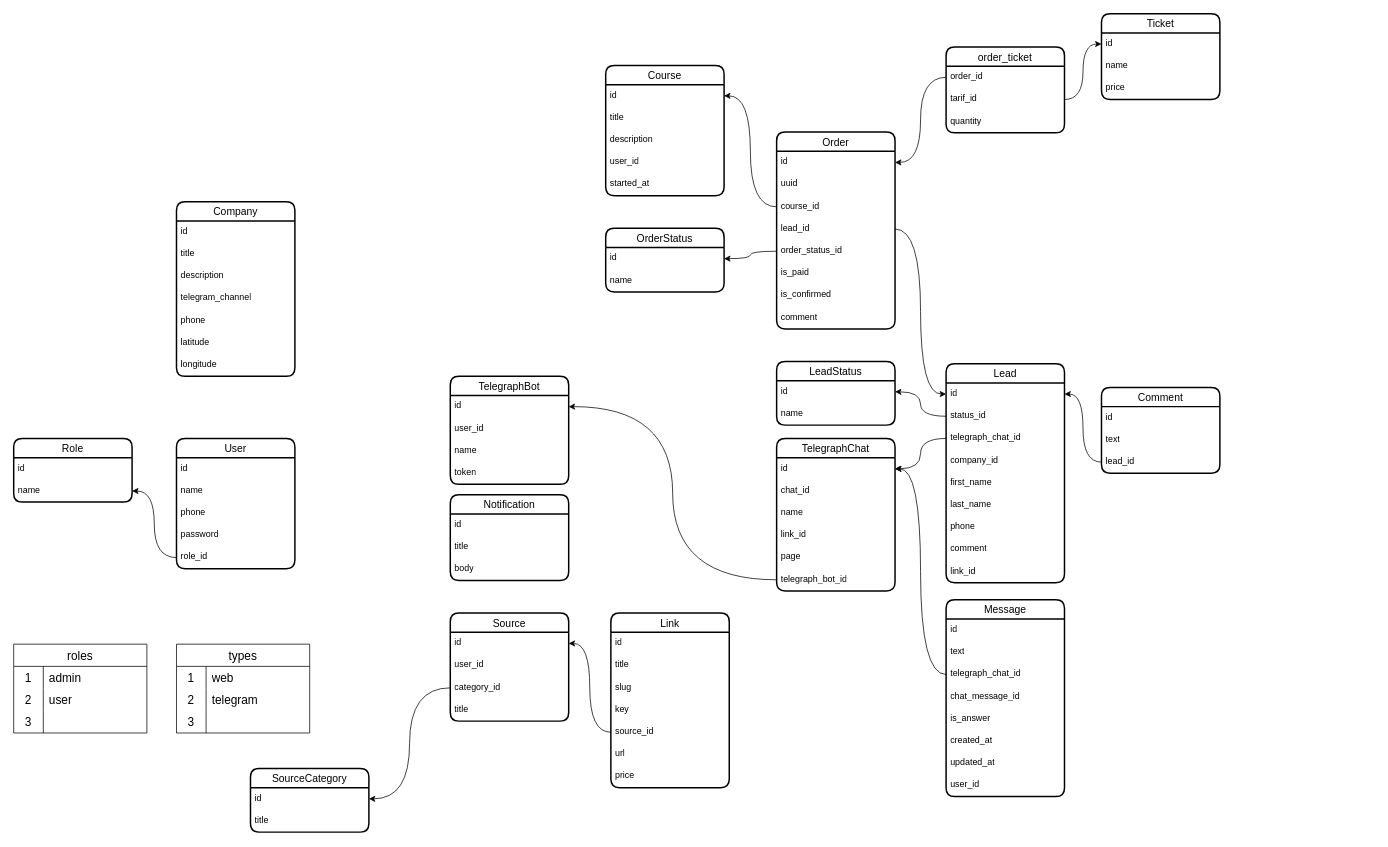
Before: page "SAMO" (2 of 3) of sales-up.drawio in iztileuoff/databases, a draw.io diagram. Source tidied: cells renumbered, new cells numbered last; positions are measured from the earlier drawing's top-left corner, leaving out a move shared by most shapes. Both pictures are drawn from the tidied source at 74%, with x=0, y=0 at pixel (13, 13).
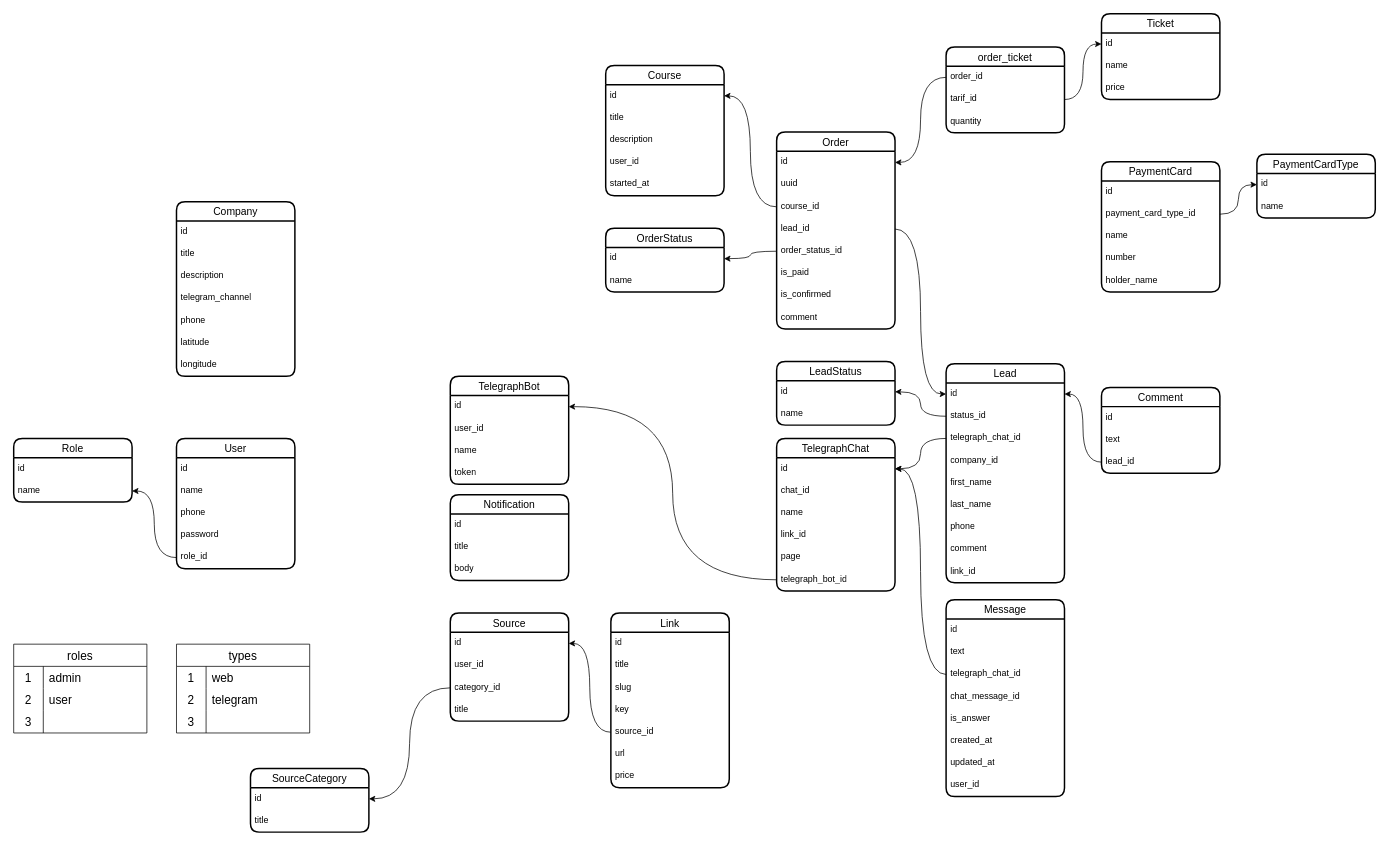
Above is the later version.

The edit, as a diff of the source:
```diff
@@
+    <mxCell id="136" value="PaymentCard" style="swimlane;fontStyle=0;horizontal=1;startSize=26;align=center;fontSize=14;strokeWidth=2;rounded=1;shadow=0;glass=0;swimlaneLine=1;" parent="1" vertex="1">
+      <mxGeometry x="1470" y="200" width="160" height="176" as="geometry" />
+    </mxCell>
+    <mxCell id="137" value="id" style="text;strokeColor=none;fillColor=none;spacingLeft=4;spacingRight=4;overflow=hidden;fontSize=12;whiteSpace=wrap;html=1;" parent="136" vertex="1">
+      <mxGeometry y="26" width="160" height="30" as="geometry" />
+    </mxCell>
+    <mxCell id="138" value="payment_card_type_id" style="text;strokeColor=none;fillColor=none;spacingLeft=4;spacingRight=4;overflow=hidden;points=[[0,0.5],[1,0.5]];portConstraint=eastwest;fontSize=12;whiteSpace=wrap;html=1;" parent="136" vertex="1">
+      <mxGeometry y="56" width="160" height="30" as="geometry" />
+    </mxCell>
+    <mxCell id="139" value="name" style="text;strokeColor=none;fillColor=none;spacingLeft=4;spacingRight=4;overflow=hidden;fontSize=12;whiteSpace=wrap;html=1;" parent="136" vertex="1">
+      <mxGeometry y="86" width="160" height="30" as="geometry" />
+    </mxCell>
+    <mxCell id="140" value="number" style="text;strokeColor=none;fillColor=none;spacingLeft=4;spacingRight=4;overflow=hidden;fontSize=12;whiteSpace=wrap;html=1;" parent="136" vertex="1">
+      <mxGeometry y="116" width="160" height="30" as="geometry" />
+    </mxCell>
+    <mxCell id="141" value="holder_name" style="text;strokeColor=none;fillColor=none;spacingLeft=4;spacingRight=4;overflow=hidden;fontSize=12;whiteSpace=wrap;html=1;" parent="136" vertex="1">
+      <mxGeometry y="146" width="160" height="30" as="geometry" />
+    </mxCell>
+    <mxCell id="142" value="PaymentCardType" style="swimlane;fontStyle=0;horizontal=1;startSize=26;align=center;fontSize=14;strokeWidth=2;rounded=1;shadow=0;glass=0;swimlaneLine=1;" parent="1" vertex="1">
+      <mxGeometry x="1680" y="190" width="160" height="86" as="geometry" />
+    </mxCell>
+    <mxCell id="143" value="id" style="text;strokeColor=none;fillColor=none;spacingLeft=4;spacingRight=4;overflow=hidden;points=[[0,0.5],[1,0.5]];portConstraint=eastwest;fontSize=12;whiteSpace=wrap;html=1;" parent="142" vertex="1">
+      <mxGeometry y="26" width="160" height="30" as="geometry" />
+    </mxCell>
+    <mxCell id="144" value="name" style="text;strokeColor=none;fillColor=none;spacingLeft=4;spacingRight=4;overflow=hidden;fontSize=12;whiteSpace=wrap;html=1;" parent="142" vertex="1">
+      <mxGeometry y="56" width="160" height="30" as="geometry" />
+    </mxCell>
+    <mxCell id="145" style="edgeStyle=orthogonalEdgeStyle;rounded=0;jettySize=auto;html=1;entryX=0;entryY=0.5;entryDx=0;entryDy=0;curved=1;" parent="1" edge="1" source="138" target="143">
+      <mxGeometry relative="1" as="geometry" />
+    </mxCell>
```
